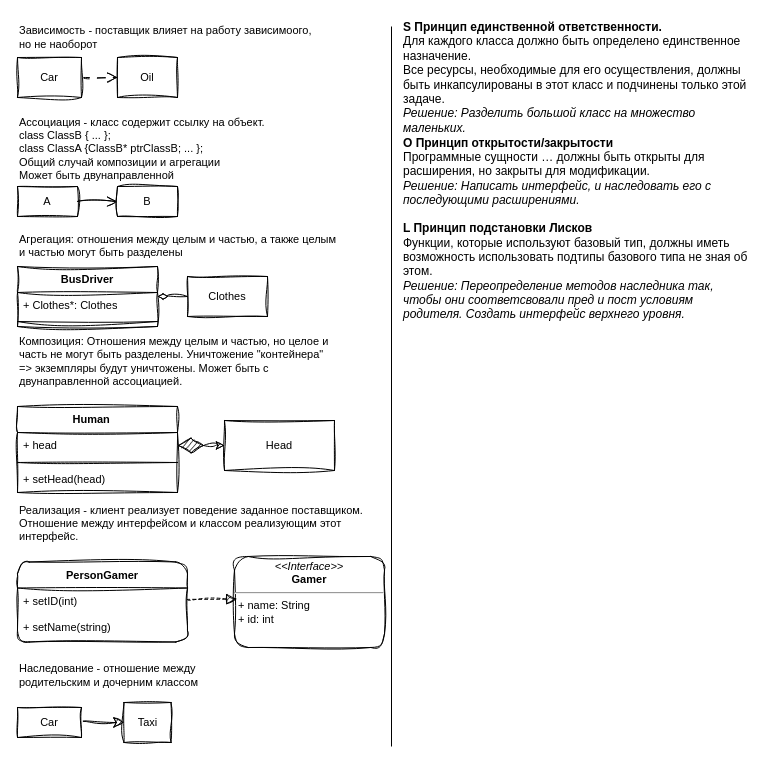
Amatikay/SDT_helper keeps this draw.io diagram as UML_SOLID.drawio. Above is the earlier version. Source tidied: cells renumbered, new cells numbered last; positions are measured from the earlier drawing's top-left corner, leaving out a move shared by most shapes. Both pictures are drawn from the tidied source at 100%, with x=0, y=0 at pixel (17, 17).
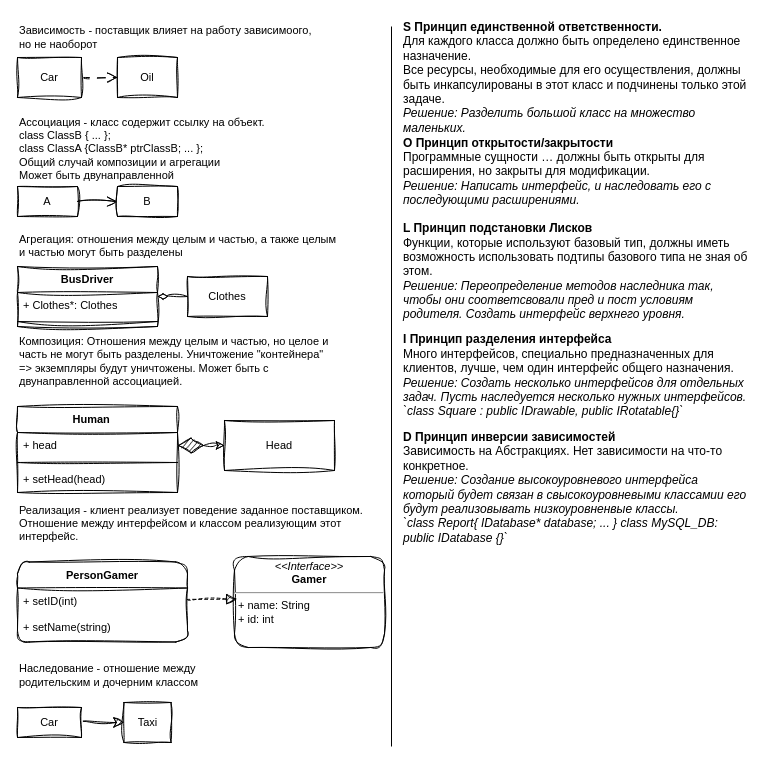
The same page after the edit.

Diff of the diagram source:
```diff
@@
+    <mxCell id="37" value="&lt;div align=&quot;left&quot;&gt;&lt;b&gt;I Принцип разделения интерфейса&lt;/b&gt;&lt;br&gt;&lt;/div&gt;&lt;div align=&quot;left&quot;&gt;Много интерфейсов, специально предназначенных для клиентов, лучше, чем один интерфейс общего назначения.&lt;/div&gt;&lt;div align=&quot;left&quot;&gt;&lt;i&gt;Решение: Создать несколько интерфейсов для отдельных задач. Пусть наследуется несколько нужных интерфейсов.&lt;/i&gt;&lt;/div&gt;&lt;div align=&quot;left&quot;&gt;&lt;i&gt;`class Square : public IDrawable, public IRotatable{}`&lt;/i&gt;&lt;/div&gt;" style="text;html=1;strokeColor=none;fillColor=none;align=left;verticalAlign=middle;whiteSpace=wrap;rounded=0;" parent="1" vertex="1">
+      <mxGeometry x="384" y="313" width="350" height="90" as="geometry" />
+    </mxCell>
+    <mxCell id="38" value="&lt;div align=&quot;left&quot;&gt;&lt;b&gt;D Принцип инверсии зависимостей&lt;/b&gt;&lt;br&gt;Зависимость на Абстракциях. Нет зависимости на что-то конкретное.&amp;nbsp; &lt;br&gt;&lt;i&gt;Решение: Создание высокоуровневого интерфейса который будет связан в свысокоуровневыми классамии его будут реализовывать низкоуровненвые классы.&lt;/i&gt;&lt;br&gt;&lt;i&gt;`class Report{ IDatabase* database; ... } class MySQL_DB: public IDatabase {}` &lt;/i&gt;&lt;/div&gt;" style="text;html=1;strokeColor=none;fillColor=none;align=left;verticalAlign=middle;whiteSpace=wrap;rounded=0;" parent="1" vertex="1">
+      <mxGeometry x="384" y="407.5" width="350" height="125.5" as="geometry" />
+    </mxCell>
```
